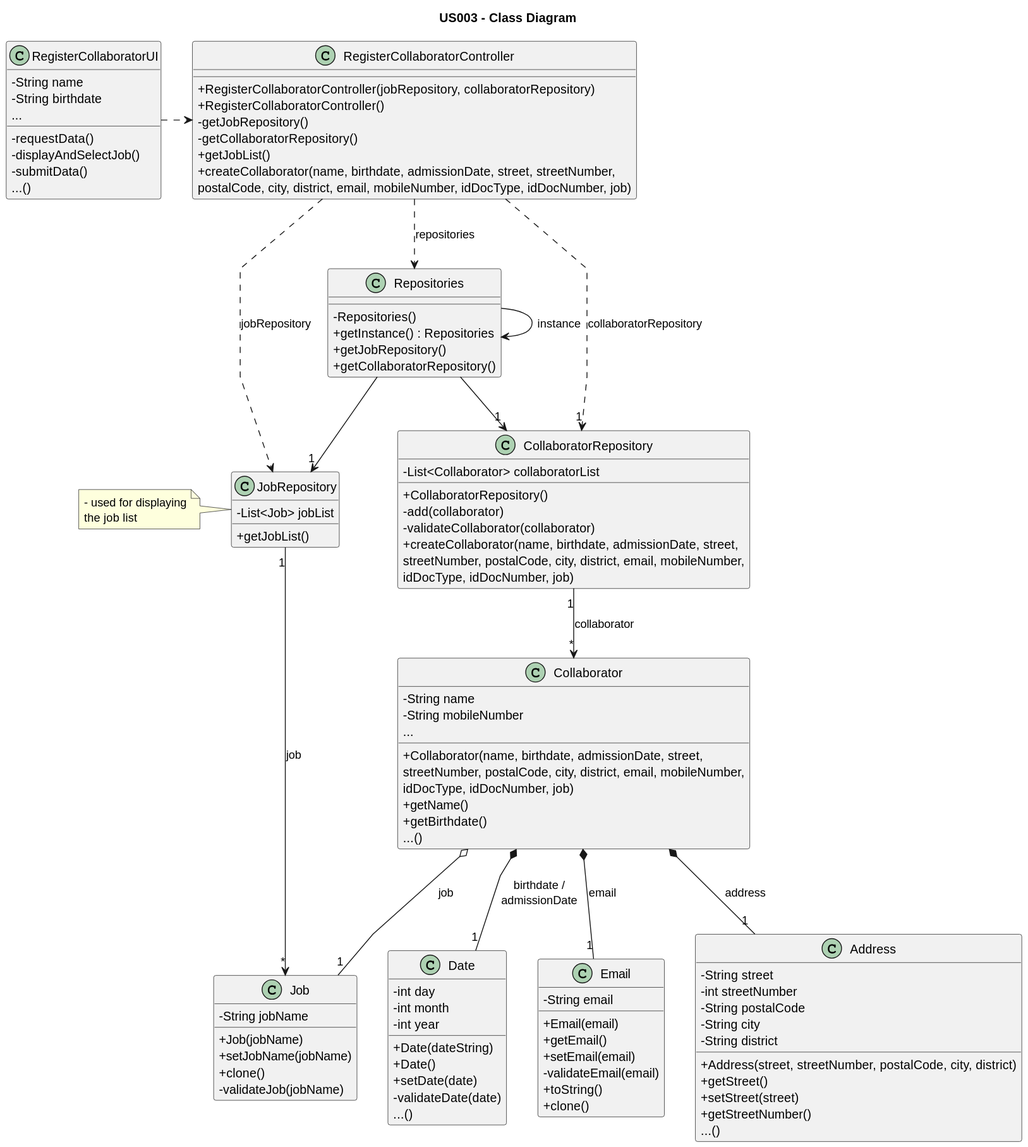
The PlantUML diagram docs/sprintB/us003/03.design/svg/us003-class-diagram.svg in Rui-San/LAPR2_2023_2024, before a commit.
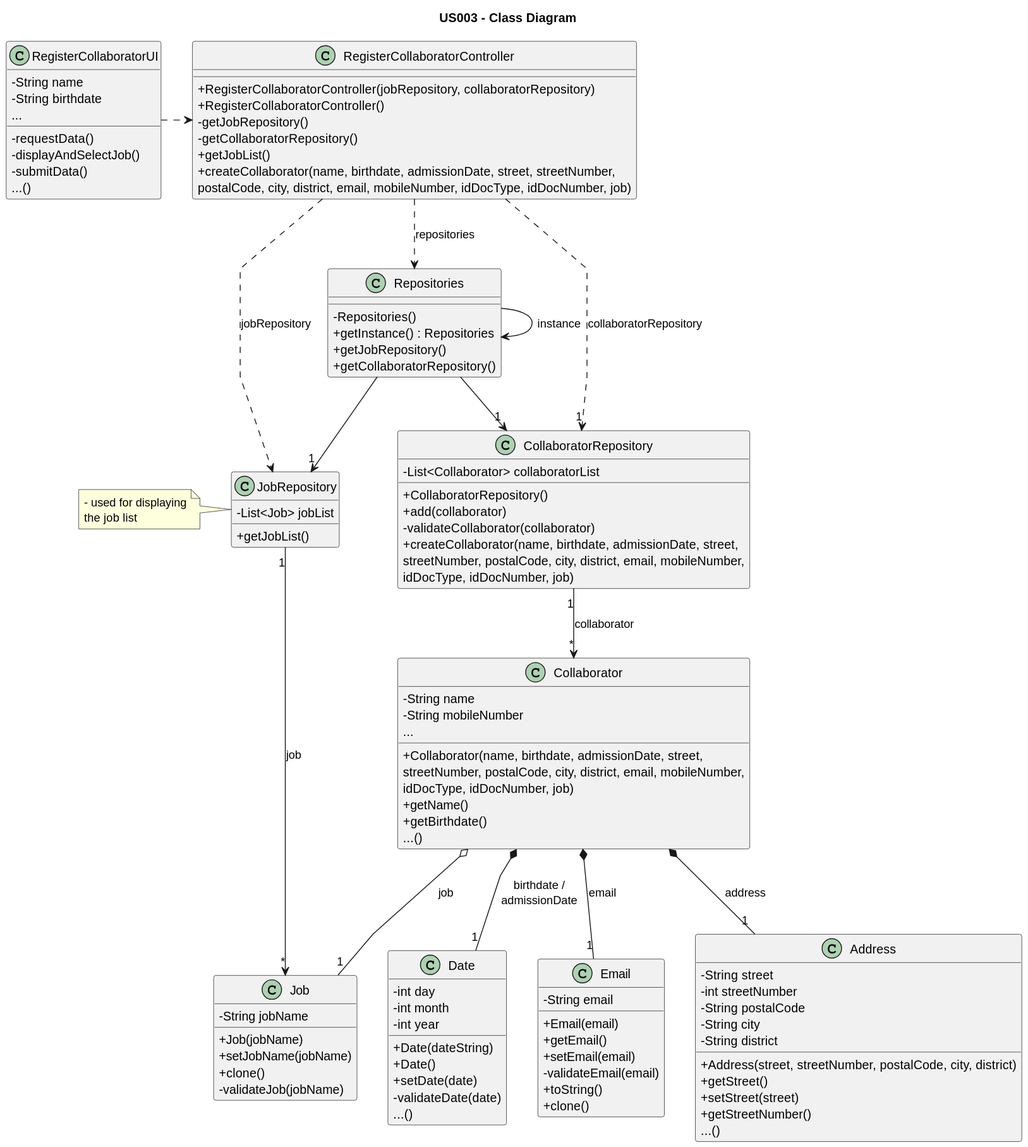
Above is the later version.

What changed in the source:
```diff
@@ -44,7 +44,7 @@
     - List<Collaborator> collaboratorList
 
     + CollaboratorRepository()
-    - add(collaborator)
+    + add(collaborator)
     - validateCollaborator(collaborator)
     + createCollaborator(name, birthdate, admissionDate, street,\nstreetNumber, postalCode, city, district, email, mobileNumber,\nidDocType, idDocNumber, job)
 }
```
